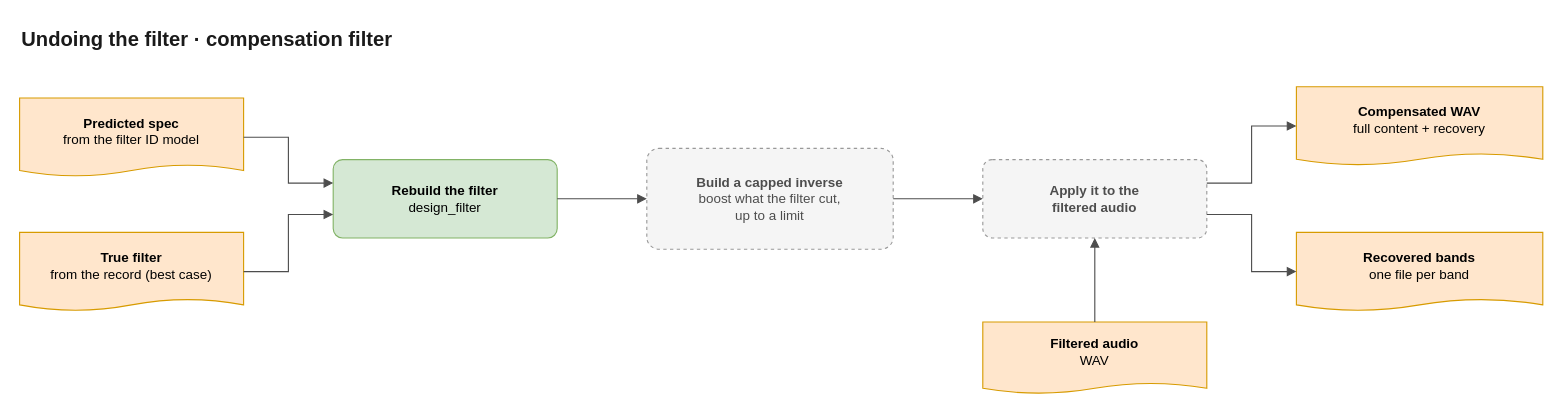
The draw.io diagram page "4 · Undoing the filter" (4 of 8) of docs/project-map/project-map.drawio in Dialovos/fpga-audio-source-classifier, before the edit. Source tidied: cells renumbered, new cells numbered last; positions are measured from the earlier drawing's top-left corner, leaving out a move shared by most shapes. Both pictures are drawn from the tidied source at 112%, with x=0, y=0 at pixel (19, 19).
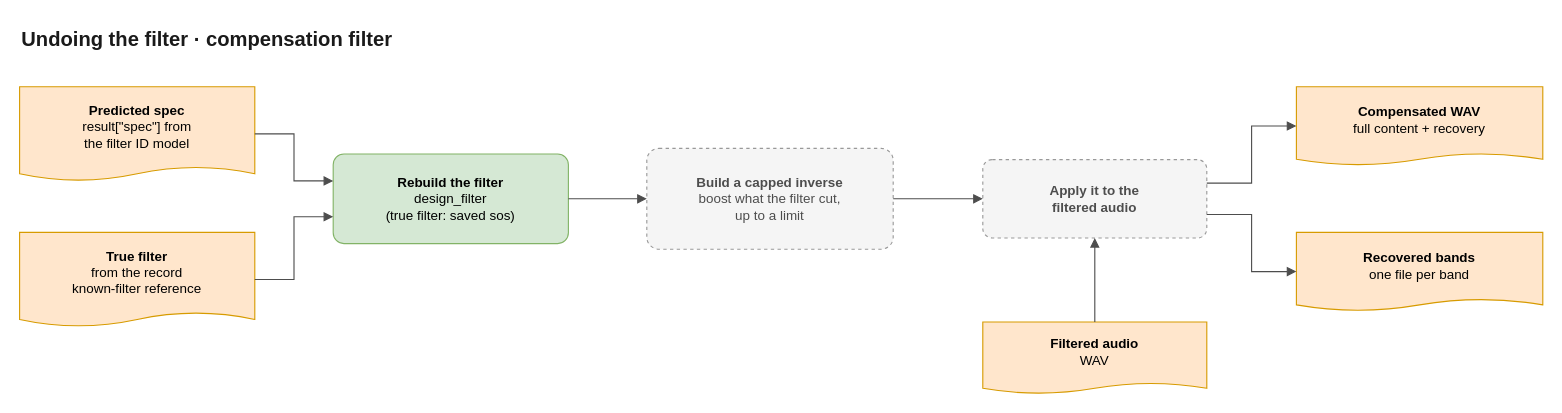
The same diagram, later.

Change to the diagram source:
```diff
@@
 <mxGraphModel>
   <root>
     <mxCell id="0" />
     <mxCell id="1" parent="0" />
     <mxCell id="2" value="Undoing the filter  ·  compensation filter" style="text;html=1;align=left;verticalAlign=middle;fontSize=18;fontStyle=1;fontColor=#1a1a1a;" parent="1" vertex="1">
       <mxGeometry width="700" height="36" as="geometry" />
     </mxCell>
-    <mxCell id="3" value="&lt;b&gt;Predicted spec&lt;/b&gt;&lt;br&gt;from the filter ID model" style="shape=document;size=0.15;boundedLbl=1;whiteSpace=wrap;html=1;fontSize=12;fillColor=#ffe6cc;strokeColor=#d79b00;" parent="1" vertex="1">
-      <mxGeometry y="70" width="200" height="70" as="geometry" />
+    <mxCell id="3" value="&lt;b&gt;Predicted spec&lt;/b&gt;&lt;br&gt;result[&quot;spec&quot;] from&lt;br&gt;the filter ID model" style="shape=document;size=0.15;boundedLbl=1;whiteSpace=wrap;html=1;fontSize=12;fillColor=#ffe6cc;strokeColor=#d79b00;" parent="1" vertex="1">
+      <mxGeometry y="60" width="210" height="84" as="geometry" />
     </mxCell>
-    <mxCell id="4" value="&lt;b&gt;True filter&lt;/b&gt;&lt;br&gt;from the record (best case)" style="shape=document;size=0.15;boundedLbl=1;whiteSpace=wrap;html=1;fontSize=12;fillColor=#ffe6cc;strokeColor=#d79b00;" parent="1" vertex="1">
-      <mxGeometry y="190" width="200" height="70" as="geometry" />
+    <mxCell id="4" value="&lt;b&gt;True filter&lt;/b&gt;&lt;br&gt;from the record&lt;br&gt;known-filter reference" style="shape=document;size=0.15;boundedLbl=1;whiteSpace=wrap;html=1;fontSize=12;fillColor=#ffe6cc;strokeColor=#d79b00;" parent="1" vertex="1">
+      <mxGeometry y="190" width="210" height="84" as="geometry" />
     </mxCell>
-    <mxCell id="5" value="&lt;b&gt;Rebuild the filter&lt;/b&gt;&lt;br&gt;design_filter" style="rounded=1;arcSize=12;whiteSpace=wrap;html=1;fontSize=12;fillColor=#d5e8d4;strokeColor=#82b366;" parent="1" vertex="1">
-      <mxGeometry x="280" y="125" width="200" height="70" as="geometry" />
+    <mxCell id="5" value="&lt;b&gt;Rebuild the filter&lt;/b&gt;&lt;br&gt;design_filter&lt;br&gt;(true filter: saved sos)" style="rounded=1;arcSize=12;whiteSpace=wrap;html=1;fontSize=12;fillColor=#d5e8d4;strokeColor=#82b366;" parent="1" vertex="1">
+      <mxGeometry x="280" y="120" width="210" height="80" as="geometry" />
     </mxCell>
     <mxCell id="6" value="&lt;b&gt;Build a capped inverse&lt;/b&gt;&lt;br&gt;boost what the filter cut,&lt;br&gt;up to a limit" style="rounded=1;arcSize=12;whiteSpace=wrap;html=1;fontSize=12;fillColor=#f5f5f5;strokeColor=#999999;dashed=1;fontColor=#4d4d4d;" parent="1" vertex="1">
       <mxGeometry x="560" y="115" width="220" height="90" as="geometry" />
     </mxCell>
     <mxCell id="7" value="&lt;b&gt;Apply it to the&lt;br&gt;filtered audio&lt;/b&gt;" style="rounded=1;arcSize=12;whiteSpace=wrap;html=1;fontSize=12;fillColor=#f5f5f5;strokeColor=#999999;dashed=1;fontColor=#4d4d4d;" parent="1" vertex="1">
       <mxGeometry x="860" y="125" width="200" height="70" as="geometry" />
     </mxCell>
     <mxCell id="8" value="&lt;b&gt;Filtered audio&lt;/b&gt;&lt;br&gt;WAV" style="shape=document;size=0.15;boundedLbl=1;whiteSpace=wrap;html=1;fontSize=12;fillColor=#ffe6cc;strokeColor=#d79b00;" parent="1" vertex="1">
       <mxGeometry x="860" y="270" width="200" height="64" as="geometry" />
     </mxCell>
     <mxCell id="9" value="&lt;b&gt;Compensated WAV&lt;/b&gt;&lt;br&gt;full content + recovery" style="shape=document;size=0.15;boundedLbl=1;whiteSpace=wrap;html=1;fontSize=12;fillColor=#ffe6cc;strokeColor=#d79b00;" parent="1" vertex="1">
       <mxGeometry x="1140" y="60" width="220" height="70" as="geometry" />
     </mxCell>
     <mxCell id="10" value="&lt;b&gt;Recovered bands&lt;/b&gt;&lt;br&gt;one file per band" style="shape=document;size=0.15;boundedLbl=1;whiteSpace=wrap;html=1;fontSize=12;fillColor=#ffe6cc;strokeColor=#d79b00;" parent="1" vertex="1">
       <mxGeometry x="1140" y="190" width="220" height="70" as="geometry" />
     </mxCell>
     <mxCell id="11" style="edgeStyle=orthogonalEdgeStyle;rounded=0;jettySize=auto;html=1;strokeColor=#4d4d4d;fontSize=11;labelBackgroundColor=none;fontStyle=1;endArrow=block;endFill=1;exitX=1;exitY=0.5;exitDx=0;exitDy=0;entryX=0;entryY=0.3;entryDx=0;entryDy=0;" parent="1" edge="1" source="3" target="5">
       <mxGeometry relative="1" as="geometry" />
     </mxCell>
     <mxCell id="12" style="edgeStyle=orthogonalEdgeStyle;rounded=0;jettySize=auto;html=1;strokeColor=#4d4d4d;fontSize=11;labelBackgroundColor=none;fontStyle=1;endArrow=block;endFill=1;exitX=1;exitY=0.5;exitDx=0;exitDy=0;entryX=0;entryY=0.7;entryDx=0;entryDy=0;" parent="1" edge="1" source="4" target="5">
       <mxGeometry relative="1" as="geometry" />
     </mxCell>
     <mxCell id="13" style="edgeStyle=orthogonalEdgeStyle;rounded=0;jettySize=auto;html=1;strokeColor=#4d4d4d;fontSize=11;labelBackgroundColor=none;fontStyle=1;endArrow=block;endFill=1;exitX=1;exitY=0.5;exitDx=0;exitDy=0;entryX=0;entryY=0.5;entryDx=0;entryDy=0;" parent="1" edge="1" source="5" target="6">
       <mxGeometry relative="1" as="geometry" />
     </mxCell>
     <mxCell id="14" style="edgeStyle=orthogonalEdgeStyle;rounded=0;jettySize=auto;html=1;strokeColor=#4d4d4d;fontSize=11;labelBackgroundColor=none;fontStyle=1;endArrow=block;endFill=1;exitX=1;exitY=0.5;exitDx=0;exitDy=0;entryX=0;entryY=0.5;entryDx=0;entryDy=0;" parent="1" edge="1" source="6" target="7">
       <mxGeometry relative="1" as="geometry" />
     </mxCell>
     <mxCell id="15" style="edgeStyle=orthogonalEdgeStyle;rounded=0;jettySize=auto;html=1;strokeColor=#4d4d4d;fontSize=11;labelBackgroundColor=none;fontStyle=1;endArrow=block;endFill=1;exitX=0.5;exitY=0;exitDx=0;exitDy=0;entryX=0.5;entryY=1;entryDx=0;entryDy=0;" parent="1" edge="1" source="8" target="7">
       <mxGeometry relative="1" as="geometry" />
     </mxCell>
     <mxCell id="16" style="edgeStyle=orthogonalEdgeStyle;rounded=0;jettySize=auto;html=1;strokeColor=#4d4d4d;fontSize=11;labelBackgroundColor=none;fontStyle=1;endArrow=block;endFill=1;exitX=1;exitY=0.3;exitDx=0;exitDy=0;entryX=0;entryY=0.5;entryDx=0;entryDy=0;" parent="1" edge="1" source="7" target="9">
       <mxGeometry relative="1" as="geometry" />
     </mxCell>
     <mxCell id="17" style="edgeStyle=orthogonalEdgeStyle;rounded=0;jettySize=auto;html=1;strokeColor=#4d4d4d;fontSize=11;labelBackgroundColor=none;fontStyle=1;endArrow=block;endFill=1;exitX=1;exitY=0.7;exitDx=0;exitDy=0;entryX=0;entryY=0.5;entryDx=0;entryDy=0;" parent="1" edge="1" source="7" target="10">
       <mxGeometry relative="1" as="geometry" />
     </mxCell>
   </root>
 </mxGraphModel>
```
